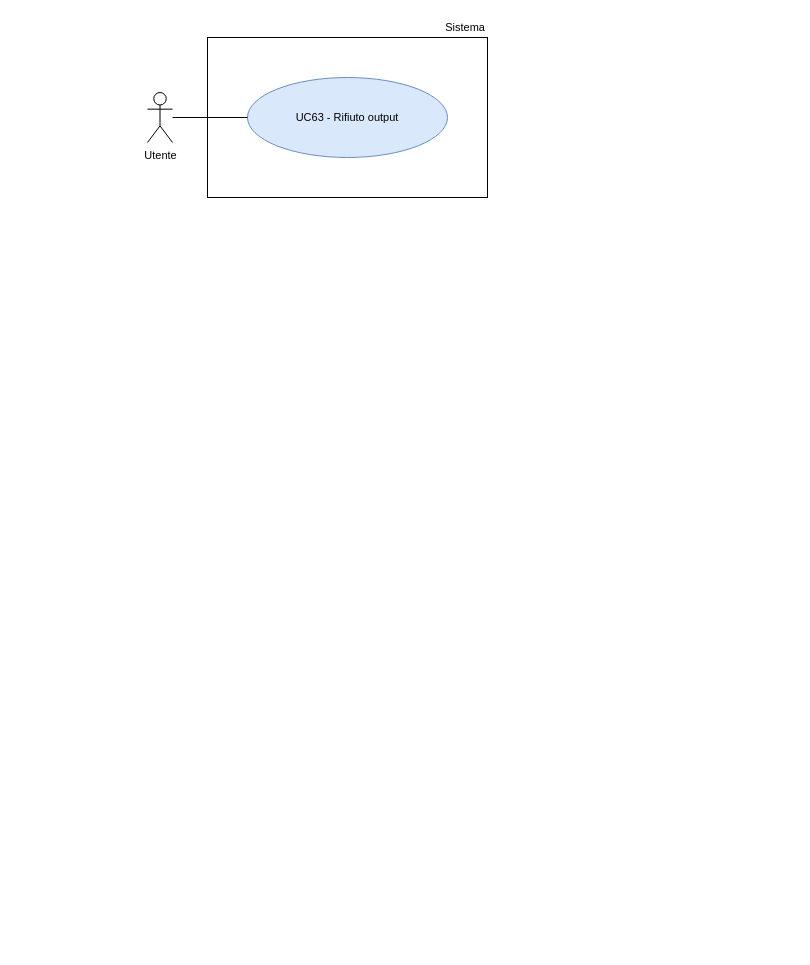
The draw.io diagram RTB/doc_esterna/analisi-dei-requisiti/assets/draw.io/UC63.drawio in thebitless-group-swe/thebitless.github.io, before the edit. Source tidied: cells renumbered, new cells numbered last; positions are measured from the earlier drawing's top-left corner, leaving out a move shared by most shapes. Both pictures are drawn from the tidied source at 100%, with x=0, y=0 at pixel (147, 17).
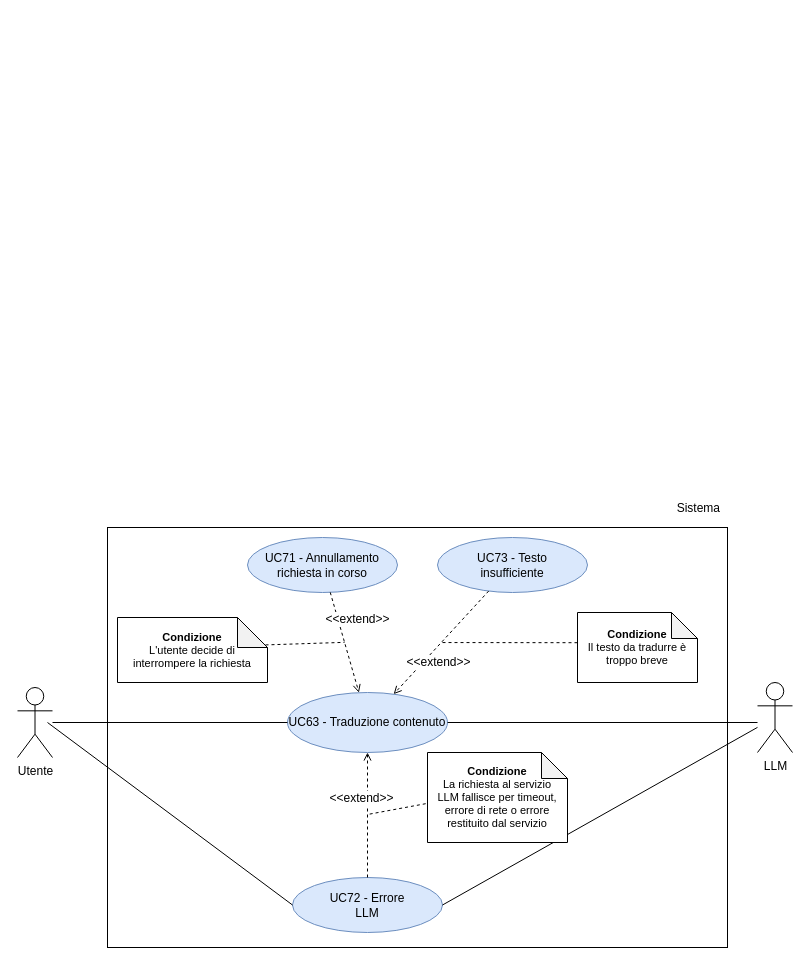
The same diagram, later.

Change to the diagram source:
```diff
@@
-    <mxCell id="2" value="Utente" style="shape=umlActor;verticalLabelPosition=bottom;verticalAlign=top;html=1;outlineConnect=0;fontSize=11;" parent="1" vertex="1">
-      <mxGeometry y="75" width="25" height="50" as="geometry" />
+    <mxCell id="2" value="&lt;font&gt;Utente&lt;/font&gt;" style="shape=umlActor;verticalLabelPosition=bottom;verticalAlign=top;html=1;outlineConnect=0;fontSize=12;" parent="1" vertex="1">
+      <mxGeometry x="-130" y="670" width="35" height="70" as="geometry" />
     </mxCell>
-    <mxCell id="3" style="rounded=0;whiteSpace=wrap;html=1;strokeWidth=1;" parent="1" vertex="1">
-      <mxGeometry x="60" y="20" width="280" height="160" as="geometry" />
-    </mxCell>
+    <mxCell id="7" style="rounded=0;whiteSpace=wrap;html=1;strokeWidth=1;fontSize=12;" parent="1" vertex="1">
+      <mxGeometry x="-40" y="510" width="620" height="420" as="geometry" />
+    </mxCell>
-    <mxCell id="4" value="Sistema" style="text;html=1;whiteSpace=wrap;strokeColor=none;fillColor=none;align=right;verticalAlign=middle;fontSize=11;" parent="1" vertex="1">
-      <mxGeometry x="270" width="70" height="20" as="geometry" />
+    <mxCell id="4" value="&lt;font&gt;Sistema&lt;/font&gt;" style="text;html=1;whiteSpace=wrap;strokeColor=none;fillColor=none;align=right;verticalAlign=middle;fontSize=12;" parent="1" vertex="1">
+      <mxGeometry x="510" y="480" width="65" height="22" as="geometry" />
     </mxCell>
-    <mxCell id="5" value="UC63 - Rifiuto output" style="ellipse;whiteSpace=wrap;html=1;fillColor=#dae8fc;strokeColor=#6c8ebf;fontSize=11;" parent="1" vertex="1">
-      <mxGeometry x="100" y="60" width="200" height="80" as="geometry" />
-    </mxCell>
-    <mxCell id="6" style="endArrow=none;html=1;" parent="1" edge="1" source="2" target="5">
-      <mxGeometry relative="1" as="geometry" />
-    </mxCell>
+    <mxCell id="8" value="&lt;font&gt;UC63 - Traduzione contenuto&lt;/font&gt;" style="ellipse;whiteSpace=wrap;html=1;fillColor=#dae8fc;strokeColor=#6c8ebf;fontSize=12;" parent="1" vertex="1">
+      <mxGeometry x="140" y="675" width="160" height="60" as="geometry" />
+    </mxCell>
+    <mxCell id="9" value="&lt;font&gt;UC71 - Annullamento&lt;br&gt;richiesta in corso&lt;/font&gt;" style="ellipse;whiteSpace=wrap;html=1;fillColor=#dae8fc;strokeColor=#6c8ebf;fontSize=12;" parent="1" vertex="1">
+      <mxGeometry x="100" y="520" width="150" height="55" as="geometry" />
+    </mxCell>
+    <mxCell id="10" value="&lt;font&gt;UC72 - Errore&lt;br&gt;LLM&lt;/font&gt;" style="ellipse;whiteSpace=wrap;html=1;fillColor=#dae8fc;strokeColor=#6c8ebf;fontSize=12;" parent="1" vertex="1">
+      <mxGeometry x="145" y="860" width="150" height="55" as="geometry" />
+    </mxCell>
+    <mxCell id="11" value="&lt;font&gt;UC73 - Testo&lt;br&gt;insufficiente&lt;/font&gt;" style="ellipse;whiteSpace=wrap;html=1;fillColor=#dae8fc;strokeColor=#6c8ebf;fontSize=12;" parent="1" vertex="1">
+      <mxGeometry x="290" y="520" width="150" height="55" as="geometry" />
+    </mxCell>
+    <mxCell id="12" style="edgeStyle=none;rounded=0;jettySize=auto;html=1;endArrow=none;endFill=0;fontSize=12;" parent="1" edge="1" source="2" target="8">
+      <mxGeometry relative="1" as="geometry" />
+    </mxCell>
+    <mxCell id="13" style="edgeStyle=none;rounded=0;jettySize=auto;html=1;endArrow=none;endFill=0;fontSize=12;" parent="1" edge="1" source="8">
+      <mxGeometry relative="1" as="geometry">
+        <mxPoint x="610" y="705" as="targetPoint" />
+      </mxGeometry>
+    </mxCell>
+    <mxCell id="14" style="dashed=1;endArrow=open;endFill=0;html=1;rounded=0;fontSize=12;" parent="1" edge="1" source="9" target="8">
+      <mxGeometry relative="1" as="geometry" />
+    </mxCell>
+    <mxCell id="15" value="&lt;font&gt;&amp;lt;&amp;lt;extend&amp;gt;&amp;gt;&lt;/font&gt;" style="edgeLabel;html=1;align=center;verticalAlign=middle;fontSize=12;" parent="14" vertex="1">
+      <mxGeometry x="-0.05" y="-1" relative="1" as="geometry">
+        <mxPoint x="14" y="-22" as="offset" />
+      </mxGeometry>
+    </mxCell>
+    <mxCell id="16" style="dashed=1;endArrow=open;endFill=0;html=1;rounded=0;fontSize=12;" parent="1" edge="1" source="10" target="8">
+      <mxGeometry relative="1" as="geometry" />
+    </mxCell>
+    <mxCell id="17" value="&lt;font&gt;&amp;lt;&amp;lt;&lt;/font&gt;&lt;font&gt;extend&lt;/font&gt;&lt;font&gt;&amp;gt;&amp;gt;&lt;/font&gt;" style="edgeLabel;html=1;align=center;verticalAlign=middle;fontSize=12;" parent="16" vertex="1">
+      <mxGeometry x="-0.05" y="-1" relative="1" as="geometry">
+        <mxPoint x="-8" y="-21" as="offset" />
+      </mxGeometry>
+    </mxCell>
+    <mxCell id="18" style="dashed=1;endArrow=open;endFill=0;html=1;rounded=0;fontSize=12;" parent="1" edge="1" source="11" target="8">
+      <mxGeometry relative="1" as="geometry" />
+    </mxCell>
+    <mxCell id="19" value="&lt;font&gt;&amp;lt;&amp;lt;extend&amp;gt;&amp;gt;&lt;/font&gt;" style="edgeLabel;html=1;align=center;verticalAlign=middle;fontSize=12;" parent="18" vertex="1">
+      <mxGeometry x="-0.05" y="1" relative="1" as="geometry">
+        <mxPoint x="-6" y="21" as="offset" />
+      </mxGeometry>
+    </mxCell>
+    <mxCell id="20" style="dashed=1;endArrow=none;html=1;rounded=0;strokeWidth=1;fontSize=12;" parent="1" edge="1" target="14">
+      <mxGeometry relative="1" as="geometry">
+        <mxPoint x="100" y="628" as="sourcePoint" />
+      </mxGeometry>
+    </mxCell>
+    <mxCell id="21" style="dashed=1;endArrow=none;html=1;rounded=0;strokeWidth=1;fontSize=12;" parent="1" edge="1" target="16">
+      <mxGeometry relative="1" as="geometry">
+        <mxPoint x="290" y="784" as="sourcePoint" />
+      </mxGeometry>
+    </mxCell>
+    <mxCell id="22" style="dashed=1;endArrow=none;html=1;rounded=0;strokeWidth=1;fontSize=12;" parent="1" edge="1" target="18">
+      <mxGeometry relative="1" as="geometry">
+        <mxPoint x="430" y="625.2" as="sourcePoint" />
+      </mxGeometry>
+    </mxCell>
+    <mxCell id="23" value="&lt;font&gt;LLM&lt;/font&gt;" style="shape=umlActor;verticalLabelPosition=bottom;verticalAlign=top;html=1;outlineConnect=0;fontSize=12;" parent="1" vertex="1">
+      <mxGeometry x="610" y="665" width="35" height="70" as="geometry" />
+    </mxCell>
+    <mxCell id="24" style="edgeStyle=none;rounded=0;jettySize=auto;html=1;endArrow=none;endFill=0;entryX=0;entryY=0.5;entryDx=0;entryDy=0;fontSize=12;" parent="1" edge="1" target="10">
+      <mxGeometry relative="1" as="geometry">
+        <mxPoint x="-100" y="705" as="sourcePoint" />
+      </mxGeometry>
+    </mxCell>
+    <mxCell id="25" style="edgeStyle=none;rounded=0;jettySize=auto;html=1;endArrow=none;endFill=0;exitX=1;exitY=0.5;exitDx=0;exitDy=0;fontSize=12;" parent="1" edge="1" source="10" target="23">
+      <mxGeometry relative="1" as="geometry" />
+    </mxCell>
+    <mxCell id="26" value="&lt;span style=&quot;&quot;&gt;&lt;span&gt;&lt;b style=&quot;forced-color-adjust: none; color: rgb(0, 0, 0); font-family: Helvetica; font-size: 11px; font-style: normal; font-variant-ligatures: normal; font-variant-caps: normal; letter-spacing: normal; orphans: 2; text-align: center; text-indent: 0px; text-transform: none; widows: 2; word-spacing: 0px; -webkit-text-stroke-width: 0px; white-space: normal; text-decoration-thickness: initial; text-decoration-style: initial; text-decoration-color: initial;&quot;&gt;Condizione&lt;/b&gt;&lt;br style=&quot;forced-color-adjust: none; color: rgb(0, 0, 0); font-family: Helvetica; font-size: 11px; font-style: normal; font-variant-ligatures: normal; font-variant-caps: normal; font-weight: 400; letter-spacing: normal; orphans: 2; text-align: center; text-indent: 0px; text-transform: none; widows: 2; word-spacing: 0px; -webkit-text-stroke-width: 0px; white-space: normal; text-decoration-thickness: initial; text-decoration-style: initial; text-decoration-color: initial;&quot;&gt;&lt;span style=&quot;color: rgb(0, 0, 0); font-family: Helvetica; font-size: 11px; font-style: normal; font-variant-ligatures: normal; font-variant-caps: normal; font-weight: 400; letter-spacing: normal; orphans: 2; text-align: center; text-indent: 0px; text-transform: none; widows: 2; word-spacing: 0px; -webkit-text-stroke-width: 0px; white-space: normal; text-decoration-thickness: initial; text-decoration-style: initial; text-decoration-color: initial; float: none; display: inline !important;&quot;&gt;L'utente decide di interrompere la richiesta&lt;/span&gt;&lt;/span&gt;&lt;br&gt;&lt;/span&gt;" style="shape=note;whiteSpace=wrap;html=1;backgroundOutline=1;darkOpacity=0.05;labelBackgroundColor=none;fontFamily=Helvetica;fontSize=11;fontColor=default;fontStyle=0;align=center;verticalAlign=middle;spacing=6;" parent="1" vertex="1">
+      <mxGeometry x="-30" y="600" width="150" height="65" as="geometry" />
+    </mxCell>
+    <mxCell id="27" value="&lt;b&gt;Condizione&lt;/b&gt;&lt;br&gt;Il testo da tradurre è troppo breve&lt;span style=&quot;&quot;&gt;&lt;/span&gt;" style="shape=note;whiteSpace=wrap;html=1;backgroundOutline=1;darkOpacity=0.05;labelBackgroundColor=none;fontFamily=Helvetica;fontSize=11;fontColor=default;fontStyle=0;align=center;verticalAlign=middle;spacing=6;size=26;" parent="1" vertex="1">
+      <mxGeometry x="430" y="595" width="120" height="70" as="geometry" />
+    </mxCell>
+    <mxCell id="28" value="&lt;b&gt;Condizione&lt;/b&gt;&lt;br&gt;&lt;div&gt;La richiesta al servizio LLM fallisce per timeout, errore di rete o errore restituito dal servizio&lt;/div&gt;" style="shape=note;whiteSpace=wrap;html=1;backgroundOutline=1;darkOpacity=0.05;labelBackgroundColor=none;fontFamily=Helvetica;fontSize=11;fontColor=default;fontStyle=0;align=center;verticalAlign=middle;spacing=6;size=26;" parent="1" vertex="1">
+      <mxGeometry x="280" y="735" width="140" height="90" as="geometry" />
+    </mxCell>
```
